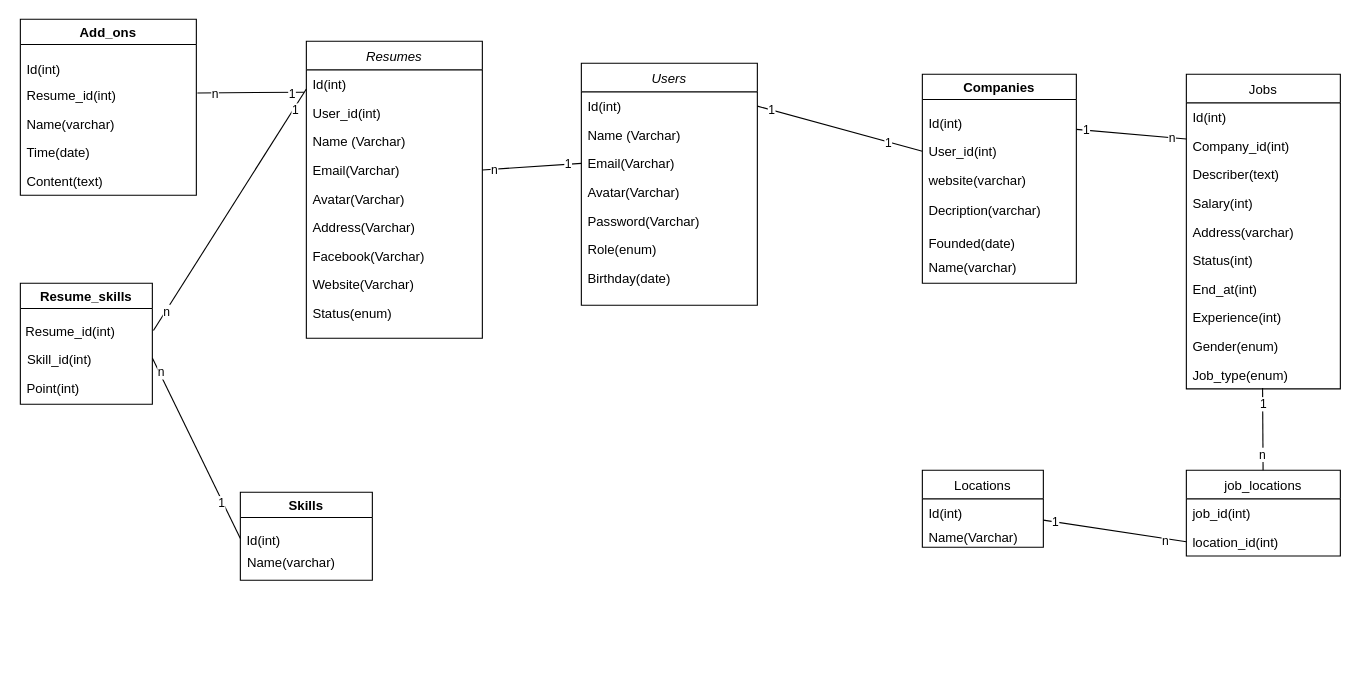
Earlier version of the draw.io diagram find-job-database.drawio (LVQA1998/libraby). Source tidied: cells renumbered, new cells numbered last; positions are measured from the earlier drawing's top-left corner, leaving out a move shared by most shapes. Both pictures are drawn from the tidied source at 110%, with x=0, y=0 at pixel (19, 19).
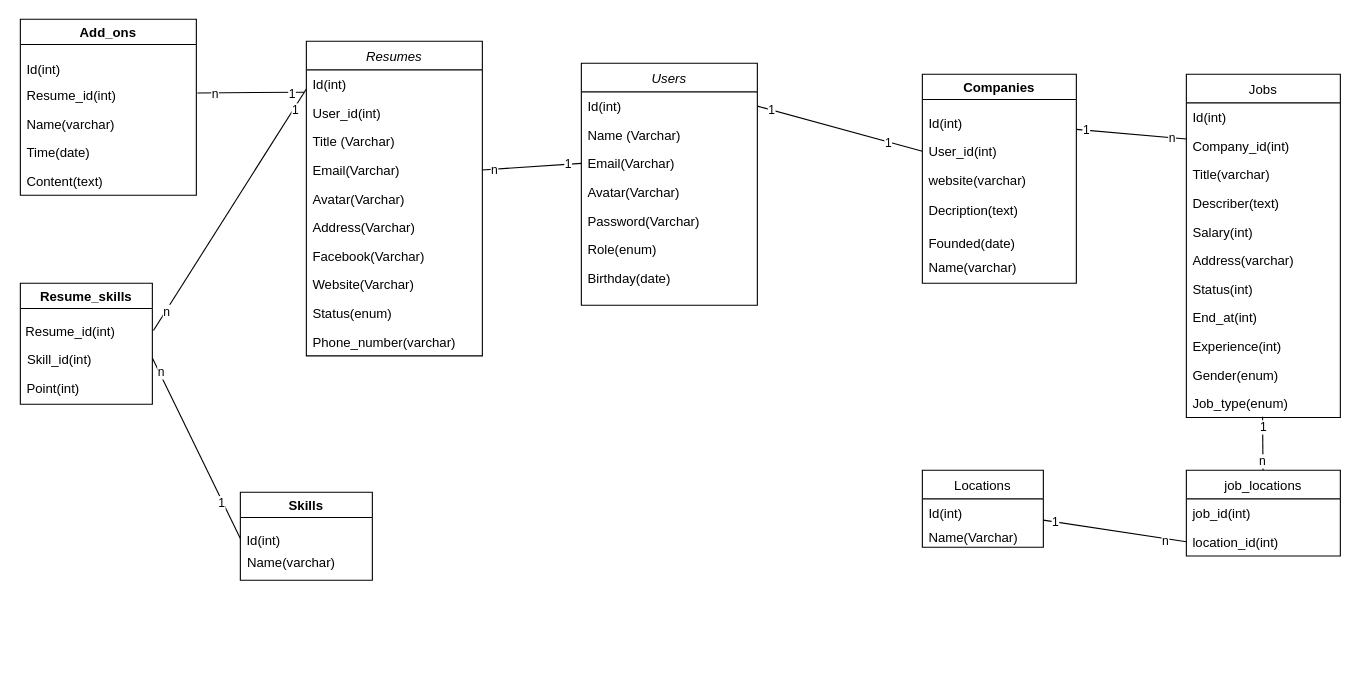
The same page after the edit.

The change refers to these unchanged cells:
```xml
<mxCell id="46" value="Companies" style="swimlane;" parent="10" vertex="1">
  <mxGeometry x="821" y="50" width="140" height="190" as="geometry" />
</mxCell>
```

Diff of the diagram source:
```diff
@@
     <mxCell id="14" value="Resumes" style="swimlane;fontStyle=2;align=center;verticalAlign=top;horizontal=1;startSize=26;rounded=0;shadow=0;strokeWidth=1;" parent="10" vertex="1">
-      <mxGeometry x="261" y="20" width="160" height="270" as="geometry" />
+      <mxGeometry x="261" y="20" width="160" height="286" as="geometry" />
     </mxCell>
@@
-    <mxCell id="17" value="Name (Varchar)" style="text;align=left;verticalAlign=top;spacingLeft=4;spacingRight=4;overflow=hidden;" parent="14" vertex="1">
+    <mxCell id="17" value="Title (Varchar)" style="text;align=left;verticalAlign=top;spacingLeft=4;spacingRight=4;overflow=hidden;" parent="14" vertex="1">
       <mxGeometry y="78" width="160" height="26" as="geometry" />
     </mxCell>
@@
+    <mxCell id="83" value="Phone_number(varchar)" style="text;align=left;verticalAlign=top;spacingLeft=4;spacingRight=4;overflow=hidden;rounded=0;shadow=0;html=0;" parent="14" vertex="1">
+      <mxGeometry y="260" width="160" height="26" as="geometry" />
+    </mxCell>
@@
-    <mxCell id="50" value="Decription(varchar)" style="text;strokeColor=none;fillColor=none;align=left;verticalAlign=top;spacingLeft=4;spacingRight=4;overflow=hidden;" parent="46" vertex="1">
+    <mxCell id="50" value="Decription(text)" style="text;strokeColor=none;fillColor=none;align=left;verticalAlign=top;spacingLeft=4;spacingRight=4;overflow=hidden;" parent="46" vertex="1">
       <mxGeometry y="110" width="140" height="22" as="geometry" />
     </mxCell>
@@
     <mxCell id="60" value="Jobs" style="swimlane;fontStyle=0;horizontal=1;startSize=26;fillColor=none;" parent="10" vertex="1">
-      <mxGeometry x="1061" y="50" width="140" height="286" as="geometry" />
+      <mxGeometry x="1061" y="50" width="140" height="312" as="geometry" />
     </mxCell>
@@
+    <mxCell id="84" value="Title(varchar)" style="text;strokeColor=none;fillColor=none;align=left;verticalAlign=top;spacingLeft=4;spacingRight=4;overflow=hidden;" parent="60" vertex="1">
+      <mxGeometry y="78" width="140" height="26" as="geometry" />
+    </mxCell>
     <mxCell id="63" value="Describer(text)" style="text;strokeColor=none;fillColor=none;align=left;verticalAlign=top;spacingLeft=4;spacingRight=4;overflow=hidden;" parent="60" vertex="1">
-      <mxGeometry y="78" width="140" height="26" as="geometry" />
+      <mxGeometry y="104" width="140" height="26" as="geometry" />
     </mxCell>
     <mxCell id="64" value="Salary(int)" style="text;strokeColor=none;fillColor=none;align=left;verticalAlign=top;spacingLeft=4;spacingRight=4;overflow=hidden;" parent="60" vertex="1">
-      <mxGeometry y="104" width="140" height="26" as="geometry" />
+      <mxGeometry y="130" width="140" height="26" as="geometry" />
     </mxCell>
     <mxCell id="65" value="Address(varchar)" style="text;strokeColor=none;fillColor=none;align=left;verticalAlign=top;spacingLeft=4;spacingRight=4;overflow=hidden;" parent="60" vertex="1">
-      <mxGeometry y="130" width="140" height="26" as="geometry" />
+      <mxGeometry y="156" width="140" height="26" as="geometry" />
     </mxCell>
     <mxCell id="66" value="Status(int)" style="text;strokeColor=none;fillColor=none;align=left;verticalAlign=top;spacingLeft=4;spacingRight=4;overflow=hidden;" parent="60" vertex="1">
-      <mxGeometry y="156" width="140" height="26" as="geometry" />
+      <mxGeometry y="182" width="140" height="26" as="geometry" />
     </mxCell>
     <mxCell id="67" value="End_at(int)" style="text;strokeColor=none;fillColor=none;align=left;verticalAlign=top;spacingLeft=4;spacingRight=4;overflow=hidden;" parent="60" vertex="1">
-      <mxGeometry y="182" width="140" height="26" as="geometry" />
+      <mxGeometry y="208" width="140" height="26" as="geometry" />
     </mxCell>
     <mxCell id="68" value="Experience(int)" style="text;strokeColor=none;fillColor=none;align=left;verticalAlign=top;spacingLeft=4;spacingRight=4;overflow=hidden;" parent="60" vertex="1">
-      <mxGeometry y="208" width="140" height="26" as="geometry" />
+      <mxGeometry y="234" width="140" height="26" as="geometry" />
     </mxCell>
     <mxCell id="69" value="Gender(enum)" style="text;strokeColor=none;fillColor=none;align=left;verticalAlign=top;spacingLeft=4;spacingRight=4;overflow=hidden;" parent="60" vertex="1">
-      <mxGeometry y="234" width="140" height="26" as="geometry" />
+      <mxGeometry y="260" width="140" height="26" as="geometry" />
     </mxCell>
     <mxCell id="70" value="Job_type(enum)" style="text;strokeColor=none;fillColor=none;align=left;verticalAlign=top;spacingLeft=4;spacingRight=4;overflow=hidden;points=[[0,0.5],[1,0.5]];portConstraint=eastwest;" parent="60" vertex="1">
-      <mxGeometry y="260" width="140" height="26" as="geometry" />
+      <mxGeometry y="286" width="140" height="26" as="geometry" />
     </mxCell>
```
